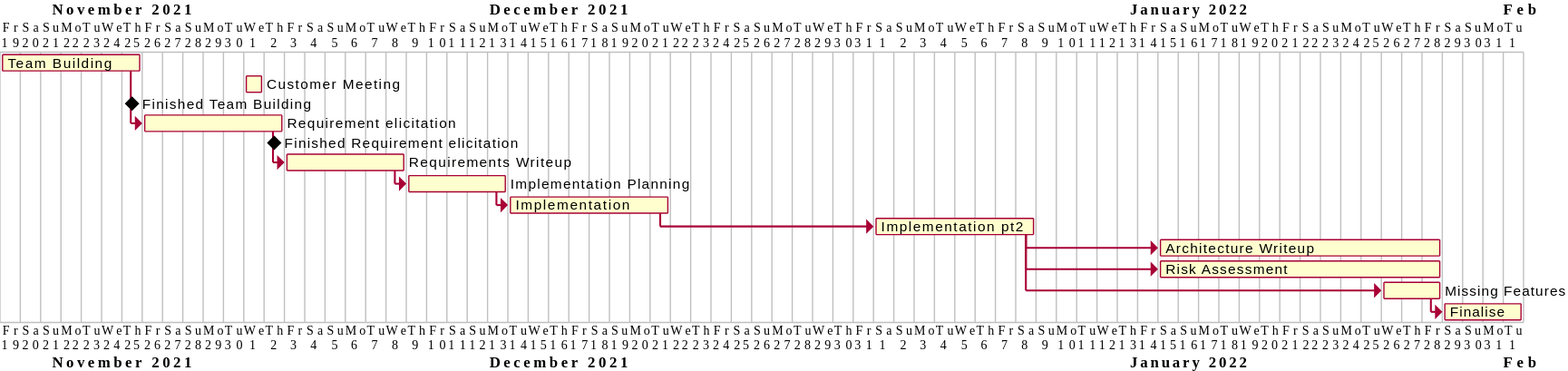
Before: assets/17-1-2022_GantChart.svg, a diagram exported from PlantUML (ENG1-GROUP18/ENG1-GROUP18.io).
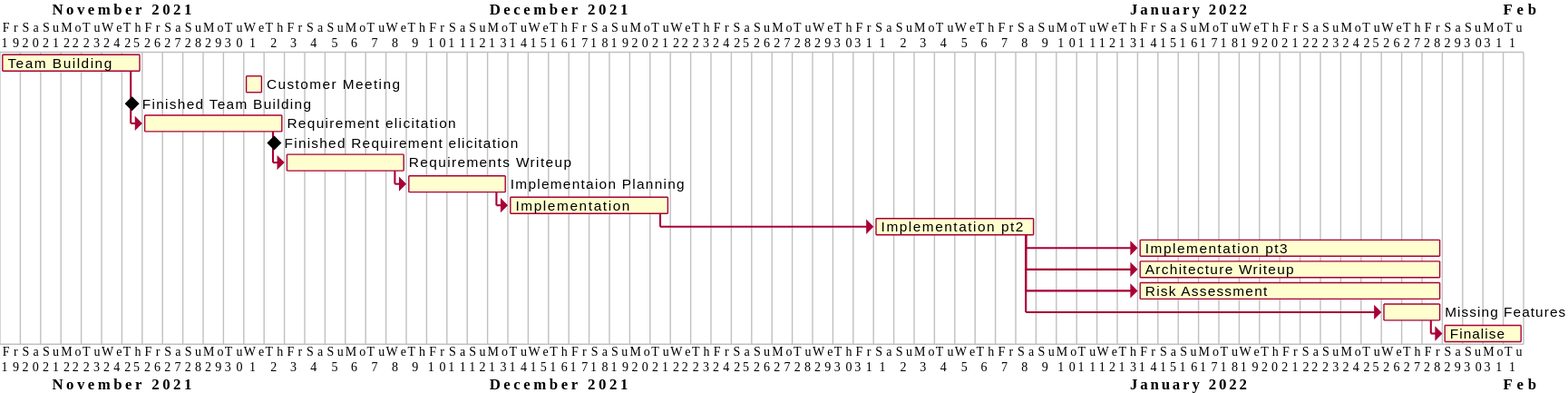
The same diagram one commit later.

Commit message:
Updated week 8 Gant Chart

Diff of the diagram source:
```diff
@@ -16,18 +16,21 @@
 [Requirements Writeup] lasts 6 days
 [Requirements Writeup] starts at [Requirement elicitation]'s end
 
-[Implementation Planning] lasts 5 days
-[Implementation Planning] starts at [Requirements Writeup]'s end
+[Implementaion Planning] lasts 5 days
+[Implementaion Planning] starts at [Requirements Writeup]'s end
 
-[Implementation] starts at [Implementation Planning]'s end and lasts 8 days
+[Implementation] starts at [Implementaion Planning]'s end and lasts 8 days
 [Implementation pt2] starts at [Implementation]'s end
 [Implementation pt2] starts at 2022-1-1 and lasts 8 days
 
+[Implementation pt3] starts at [Implementation pt2]'s end
+[Implementation pt3] starts at 2022-1-14 and lasts 15 days
+
 [Architecture Writeup] starts at [Implementation pt2]'s end
-[Architecture Writeup] starts at 2022-1-15 and lasts 14 days
+[Architecture Writeup] starts at 2022-1-14 and lasts 15 days
+[Risk Assessment] starts at [Implementation pt2]'s end
+[Risk Assessment] starts at 2022-1-14 and lasts 15 days
 
-[Risk Assessment] starts at [Implementation pt2]'s end
-[Risk Assessment] starts at 2022-1-15 and lasts 14 days
 [Missing Features] starts at [Implementation pt2]'s end
 [Missing Features] starts at 2022-1-26 and lasts 3 days
 
```
